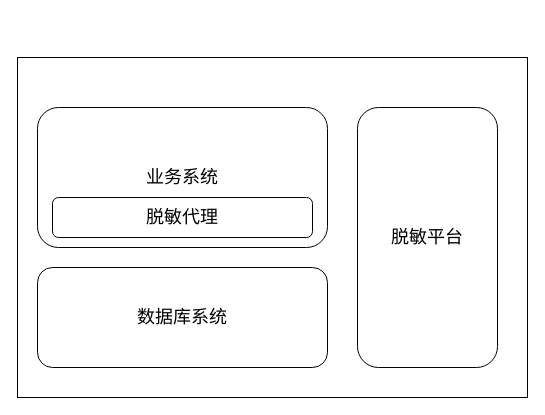
Before: page "第 1 页" (1 of 4) of 脱敏.drawio in Colin007/diagrams, a draw.io diagram. Source tidied: cells renumbered, new cells numbered last; positions are measured from the earlier drawing's top-left corner, leaving out a move shared by most shapes. Both pictures are drawn from the tidied source at 100%, with x=0, y=0 at pixel (17, 57).
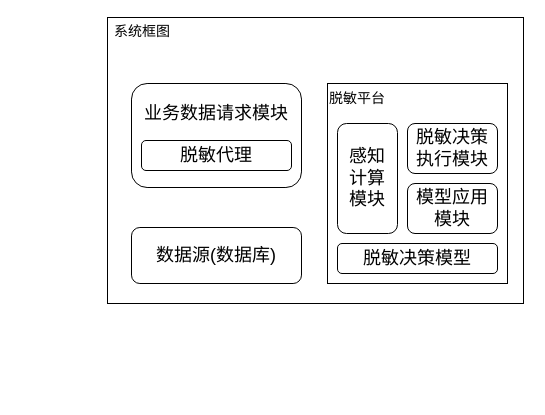
The same page after the edit.

Change to the diagram source:
```diff
@@
 <mxGraphModel>
   <root>
     <mxCell id="0" />
     <mxCell id="1" parent="0" />
-    <mxCell id="2" style="rounded=0;whiteSpace=wrap;html=1;" parent="1" vertex="1">
-      <mxGeometry width="510" height="340" as="geometry" />
-    </mxCell>
-    <mxCell id="3" value="&lt;font style=&quot;font-size: 18px;&quot;&gt;业务系统&lt;/font&gt;" style="rounded=1;whiteSpace=wrap;html=1;" parent="1" vertex="1">
-      <mxGeometry x="20" y="50" width="290" height="140" as="geometry" />
-    </mxCell>
+    <mxCell id="7" style="group;" parent="1" vertex="1">
+      <mxGeometry x="90" y="-20" width="416" height="266" as="geometry" />
+    </mxCell>
+    <mxCell id="8" style="rounded=0;whiteSpace=wrap;html=1;" parent="7" vertex="1">
+      <mxGeometry y="-20" width="416" height="286" as="geometry" />
+    </mxCell>
+    <mxCell id="9" value="&lt;font style=&quot;font-size: 18px;&quot;&gt;业务数据请求模块&lt;br&gt;&lt;br&gt;&lt;br&gt;&lt;/font&gt;" style="rounded=1;whiteSpace=wrap;html=1;" parent="1" vertex="1">
+      <mxGeometry x="114" y="26" width="170" height="104" as="geometry" />
+    </mxCell>
     <mxCell id="4" value="&lt;font style=&quot;font-size: 18px;&quot;&gt;脱敏代理&lt;/font&gt;" style="rounded=1;whiteSpace=wrap;html=1;" parent="1" vertex="1">
-      <mxGeometry x="35" y="140" width="260" height="40" as="geometry" />
+      <mxGeometry x="124" y="83" width="150" height="30" as="geometry" />
     </mxCell>
+    <mxCell id="10" style="rounded=0;whiteSpace=wrap;html=1;" parent="1" vertex="1">
+      <mxGeometry x="310" y="26" width="180" height="200" as="geometry" />
+    </mxCell>
+    <mxCell id="11" value="&lt;font style=&quot;font-size: 18px;&quot;&gt;脱敏决策模型&lt;/font&gt;" style="rounded=1;whiteSpace=wrap;html=1;" parent="1" vertex="1">
+      <mxGeometry x="320" y="186" width="160" height="30" as="geometry" />
+    </mxCell>
-    <mxCell id="5" value="&lt;font style=&quot;font-size: 18px;&quot;&gt;脱敏平台&lt;/font&gt;" style="rounded=1;whiteSpace=wrap;html=1;" parent="1" vertex="1">
-      <mxGeometry x="340" y="50" width="140" height="260" as="geometry" />
+    <mxCell id="5" value="&lt;font style=&quot;font-size: 14px;&quot;&gt;脱敏平台&lt;/font&gt;" style="text;html=1;strokeColor=none;fillColor=none;align=center;verticalAlign=middle;whiteSpace=wrap;rounded=0;" parent="1" vertex="1">
+      <mxGeometry x="310" y="26" width="60" height="30" as="geometry" />
     </mxCell>
-    <mxCell id="6" value="&lt;font style=&quot;font-size: 18px;&quot;&gt;数据库系统&lt;/font&gt;" style="rounded=1;whiteSpace=wrap;html=1;" parent="1" vertex="1">
-      <mxGeometry x="20" y="210" width="290" height="100" as="geometry" />
-    </mxCell>
+    <mxCell id="12" value="&lt;font style=&quot;font-size: 18px;&quot;&gt;感知&lt;br&gt;计算&lt;br&gt;模块&lt;/font&gt;" style="rounded=1;whiteSpace=wrap;html=1;" parent="1" vertex="1">
+      <mxGeometry x="320" y="66" width="60" height="110" as="geometry" />
+    </mxCell>
+    <mxCell id="13" value="&lt;font style=&quot;font-size: 18px;&quot;&gt;脱敏决策执行模块&lt;/font&gt;" style="rounded=1;whiteSpace=wrap;html=1;" parent="1" vertex="1">
+      <mxGeometry x="390" y="66" width="90" height="50" as="geometry" />
+    </mxCell>
+    <mxCell id="14" value="&lt;font style=&quot;font-size: 18px;&quot;&gt;模型应用模块&lt;/font&gt;" style="rounded=1;whiteSpace=wrap;html=1;" parent="1" vertex="1">
+      <mxGeometry x="390" y="126" width="90" height="50" as="geometry" />
+    </mxCell>
+    <mxCell id="15" value="&lt;font style=&quot;font-size: 18px;&quot;&gt;数据源(数据库)&lt;/font&gt;" style="rounded=1;whiteSpace=wrap;html=1;" parent="1" vertex="1">
+      <mxGeometry x="114" y="170" width="170" height="56" as="geometry" />
+    </mxCell>
+    <mxCell id="16" value="&lt;font style=&quot;font-size: 14px;&quot;&gt;系统框图&lt;/font&gt;" style="text;html=1;strokeColor=none;fillColor=none;align=center;verticalAlign=middle;whiteSpace=wrap;rounded=0;" parent="1" vertex="1">
+      <mxGeometry x="90" y="-40" width="70" height="27" as="geometry" />
+    </mxCell>
   </root>
 </mxGraphModel>
```
